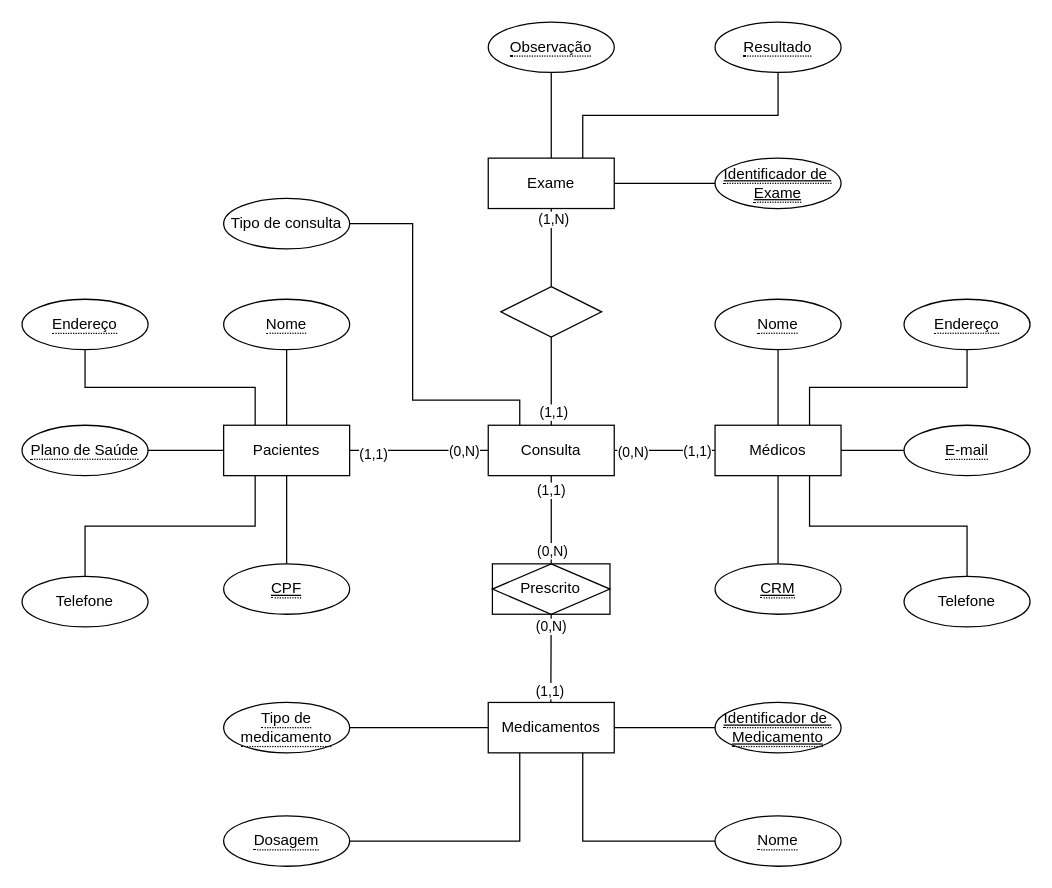
Above: Diagramas/Diagrama 04.drawio in bruniculos08/BAN1002 (draw.io), before the change. Source tidied: cells renumbered, new cells numbered last; positions are measured from the earlier drawing's top-left corner, leaving out a move shared by most shapes. Both pictures are drawn from the tidied source at 126%, with x=0, y=0 at pixel (21, 21).
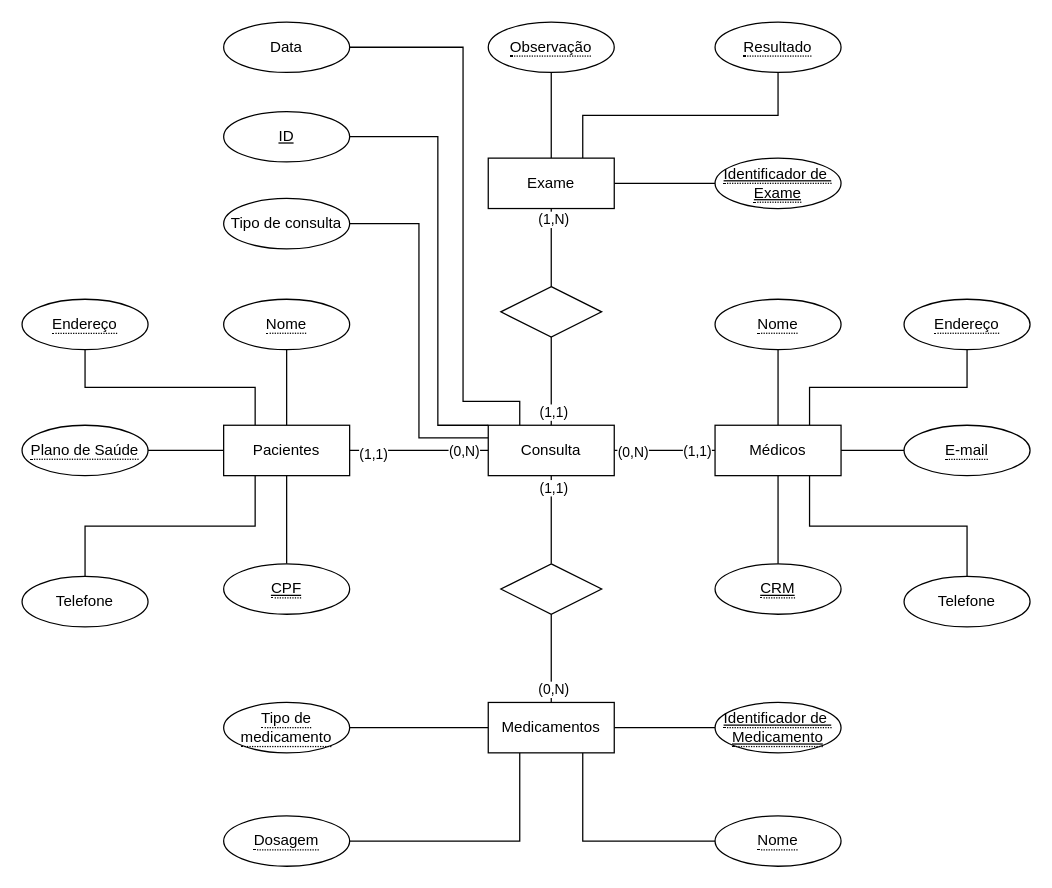
The same page after the edit.

The change refers to these unchanged cells:
```xml
<mxCell id="28" value="Consulta" style="whiteSpace=wrap;html=1;align=center;" parent="1" vertex="1">
  <mxGeometry x="370" y="320" width="100" height="40" as="geometry" />
</mxCell>
<mxCell id="42" value="Medicamentos" style="whiteSpace=wrap;html=1;align=center;" parent="1" vertex="1">
  <mxGeometry x="370" y="540" width="100" height="40" as="geometry" />
</mxCell>
<mxCell id="45" value="Tipo de consulta" style="ellipse;whiteSpace=wrap;html=1;align=center;" parent="1" vertex="1">
  <mxGeometry x="160" y="140" width="100" height="40" as="geometry" />
</mxCell>
```

Diff of the diagram source:
```diff
@@
-    <mxCell id="2" style="edgeStyle=orthogonalEdgeStyle;rounded=0;jettySize=auto;html=1;exitX=0.5;exitY=0;exitDx=0;exitDy=0;entryX=0.5;entryY=1;entryDx=0;entryDy=0;endArrow=none;endFill=0;" parent="1" edge="1" source="5" target="28">
-      <mxGeometry relative="1" as="geometry">
-        <Array as="points">
-          <mxPoint x="420" y="410" />
-          <mxPoint x="420" y="410" />
-        </Array>
-      </mxGeometry>
-    </mxCell>
-    <mxCell id="3" value="(0,N)" style="edgeLabel;html=1;align=center;verticalAlign=middle;" parent="2" vertex="1">
-      <mxGeometry x="-0.76" y="-1" relative="1" as="geometry">
-        <mxPoint y="-3" as="offset" />
-      </mxGeometry>
-    </mxCell>
-    <mxCell id="4" value="(1,1)" style="edgeLabel;html=1;align=center;verticalAlign=middle;" parent="2" vertex="1">
-      <mxGeometry x="0.68" y="1" relative="1" as="geometry" />
-    </mxCell>
-    <mxCell id="5" value="Prescrito" style="shape=associativeEntity;whiteSpace=wrap;html=1;align=center;" parent="1" vertex="1">
-      <mxGeometry x="373.3" y="430" width="93.3" height="40" as="geometry" />
-    </mxCell>
@@
-    <mxCell id="25" style="edgeStyle=orthogonalEdgeStyle;rounded=0;jettySize=auto;html=1;exitX=0.25;exitY=0;exitDx=0;exitDy=0;entryX=1;entryY=0.5;entryDx=0;entryDy=0;endArrow=none;endFill=0;" parent="1" edge="1" source="28" target="45">
-      <mxGeometry relative="1" as="geometry">
-        <Array as="points">
-          <mxPoint x="395" y="300" />
-          <mxPoint x="310" y="300" />
-          <mxPoint x="310" y="160" />
-        </Array>
-      </mxGeometry>
-    </mxCell>
@@
+    <mxCell id="25" style="edgeStyle=orthogonalEdgeStyle;rounded=0;jettySize=auto;html=1;exitX=0;exitY=0.25;exitDx=0;exitDy=0;entryX=1;entryY=0.5;entryDx=0;entryDy=0;endArrow=none;endFill=0;" parent="1" edge="1" source="28" target="45">
+      <mxGeometry relative="1" as="geometry" />
+    </mxCell>
+    <mxCell id="61" style="edgeStyle=orthogonalEdgeStyle;rounded=0;jettySize=auto;html=1;exitX=0;exitY=0;exitDx=0;exitDy=0;entryX=1;entryY=0.5;entryDx=0;entryDy=0;endArrow=none;endFill=0;" parent="1" edge="1" source="28" target="68">
+      <mxGeometry relative="1" as="geometry">
+        <Array as="points">
+          <mxPoint x="330" y="320" />
+          <mxPoint x="330" y="91" />
+        </Array>
+      </mxGeometry>
+    </mxCell>
+    <mxCell id="62" style="edgeStyle=orthogonalEdgeStyle;rounded=0;jettySize=auto;html=1;exitX=0.25;exitY=0;exitDx=0;exitDy=0;entryX=1;entryY=0.5;entryDx=0;entryDy=0;endArrow=none;endFill=0;" parent="1" edge="1" source="28" target="69">
+      <mxGeometry relative="1" as="geometry">
+        <Array as="points">
+          <mxPoint x="395" y="301" />
+          <mxPoint x="350" y="301" />
+          <mxPoint x="350" y="20" />
+        </Array>
+      </mxGeometry>
+    </mxCell>
@@
-    <mxCell id="35" style="edgeStyle=orthogonalEdgeStyle;rounded=0;jettySize=auto;html=1;exitX=0.5;exitY=0;exitDx=0;exitDy=0;entryX=0.5;entryY=1;entryDx=0;entryDy=0;endArrow=none;endFill=0;" parent="1" edge="1" target="5">
-      <mxGeometry relative="1" as="geometry">
-        <mxPoint x="419.7" y="540" as="sourcePoint" />
-        <Array as="points">
-          <mxPoint x="420" y="530" />
-        </Array>
-      </mxGeometry>
-    </mxCell>
-    <mxCell id="36" value="(0,N)" style="edgeLabel;html=1;align=center;verticalAlign=middle;" parent="35" vertex="1">
-      <mxGeometry x="-0.69" y="2" relative="1" as="geometry">
-        <mxPoint x="2" y="-49" as="offset" />
-      </mxGeometry>
-    </mxCell>
-    <mxCell id="37" value="(1,1)" style="edgeLabel;html=1;align=center;verticalAlign=middle;" parent="35" vertex="1">
-      <mxGeometry x="-0.73" y="1" relative="1" as="geometry">
-        <mxPoint y="-1" as="offset" />
-      </mxGeometry>
-    </mxCell>
@@
+    <mxCell id="63" style="edgeStyle=orthogonalEdgeStyle;rounded=0;jettySize=auto;html=1;entryX=0.5;entryY=1;entryDx=0;entryDy=0;endArrow=none;endFill=0;exitX=0.5;exitY=0;exitDx=0;exitDy=0;" parent="1" edge="1" source="42" target="67">
+      <mxGeometry relative="1" as="geometry" />
+    </mxCell>
+    <mxCell id="64" value="(0,N)" style="edgeLabel;html=1;align=center;verticalAlign=middle;" parent="63" vertex="1">
+      <mxGeometry x="-0.69" y="-1" relative="1" as="geometry" />
+    </mxCell>
+    <mxCell id="65" style="edgeStyle=orthogonalEdgeStyle;rounded=0;jettySize=auto;html=1;exitX=0.5;exitY=1;exitDx=0;exitDy=0;entryX=0.5;entryY=0;entryDx=0;entryDy=0;endArrow=none;endFill=0;" parent="1" edge="1" source="28" target="67">
+      <mxGeometry relative="1" as="geometry" />
+    </mxCell>
+    <mxCell id="66" value="(1,1)" style="edgeLabel;html=1;align=center;verticalAlign=middle;" parent="65" vertex="1">
+      <mxGeometry x="-0.73" y="1" relative="1" as="geometry" />
+    </mxCell>
+    <mxCell id="67" style="shape=rhombus;perimeter=rhombusPerimeter;whiteSpace=wrap;html=1;align=center;" parent="1" vertex="1">
+      <mxGeometry x="380" y="430" width="80" height="40" as="geometry" />
+    </mxCell>
+    <mxCell id="68" value="&lt;u&gt;ID&lt;/u&gt;" style="ellipse;whiteSpace=wrap;html=1;align=center;" parent="1" vertex="1">
+      <mxGeometry x="160" y="71" width="100" height="40" as="geometry" />
+    </mxCell>
+    <mxCell id="69" value="Data" style="ellipse;whiteSpace=wrap;html=1;align=center;" parent="1" vertex="1">
+      <mxGeometry x="160" width="100" height="40" as="geometry" />
+    </mxCell>
```
